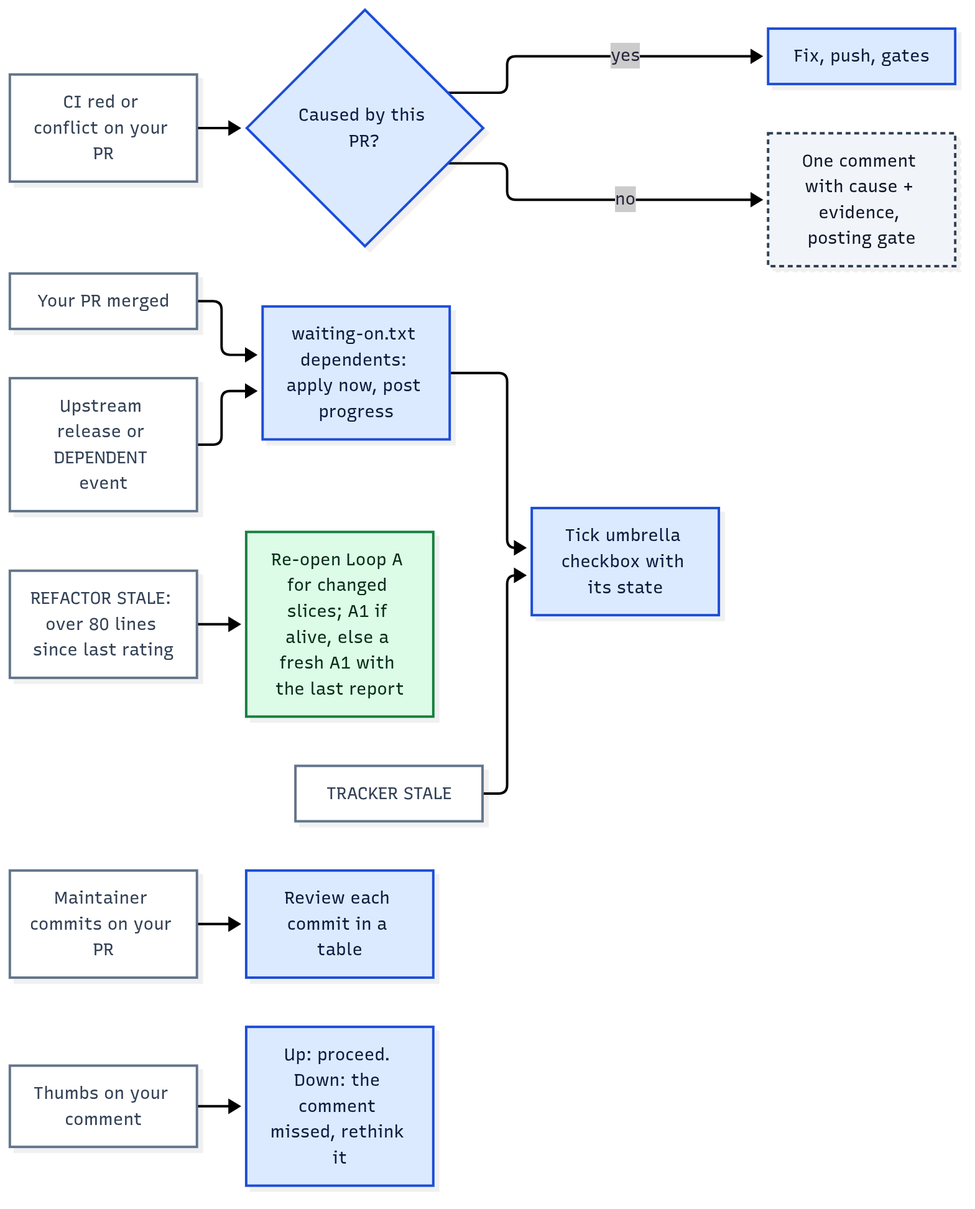
Earlier version of the Mermaid export docs/graphs/5-events.png (nitedani/mergeworthy). Its source is kept beside it as docs/graphs/5-events.mmd. The source it was exported from:
```mermaid
flowchart LR
  CI[CI red or conflict on your PR]:::ext --> W{Caused by this PR?}:::main
  W -->|yes| FIX[Fix, push, gates]:::main
  W -->|no| NOTE[One comment with cause + evidence, posting gate]:::gate
  MG[Your PR merged]:::ext --> DEP[waiting-on.txt dependents: apply now, post progress]:::main --> TR[Tick umbrella checkbox with its state]:::main
  REL[Upstream release or DEPENDENT event]:::ext --> DEP
  RS[REFACTOR STALE: over 80 lines since last rating]:::ext --> RR[Re-open Loop A for changed slices; A1 if alive, else a fresh A1 with the last report]:::reader
  TS[TRACKER STALE]:::ext --> TR
  MC[Maintainer commits on your PR]:::ext --> TBL[Review each commit in a table]:::main
  TH[Thumbs on your comment]:::ext --> ACK[Up: proceed. Down: the comment missed, rethink it]:::main
  classDef main fill:#dbeafe,stroke:#1d4ed8,color:#0b1b3f
  classDef reader fill:#dcfce7,stroke:#15803d,color:#052e16
  classDef fresh fill:#fef3c7,stroke:#b45309,color:#3b1d02
  classDef diverge fill:#f3e8ff,stroke:#7e22ce,color:#2e1065
  classDef local fill:#ffe4e6,stroke:#be123c,color:#4c0519
  classDef gate fill:#f1f5f9,stroke:#334155,color:#0f172a,stroke-dasharray:4 3
  classDef ext fill:#ffffff,stroke:#64748b,color:#334155
```
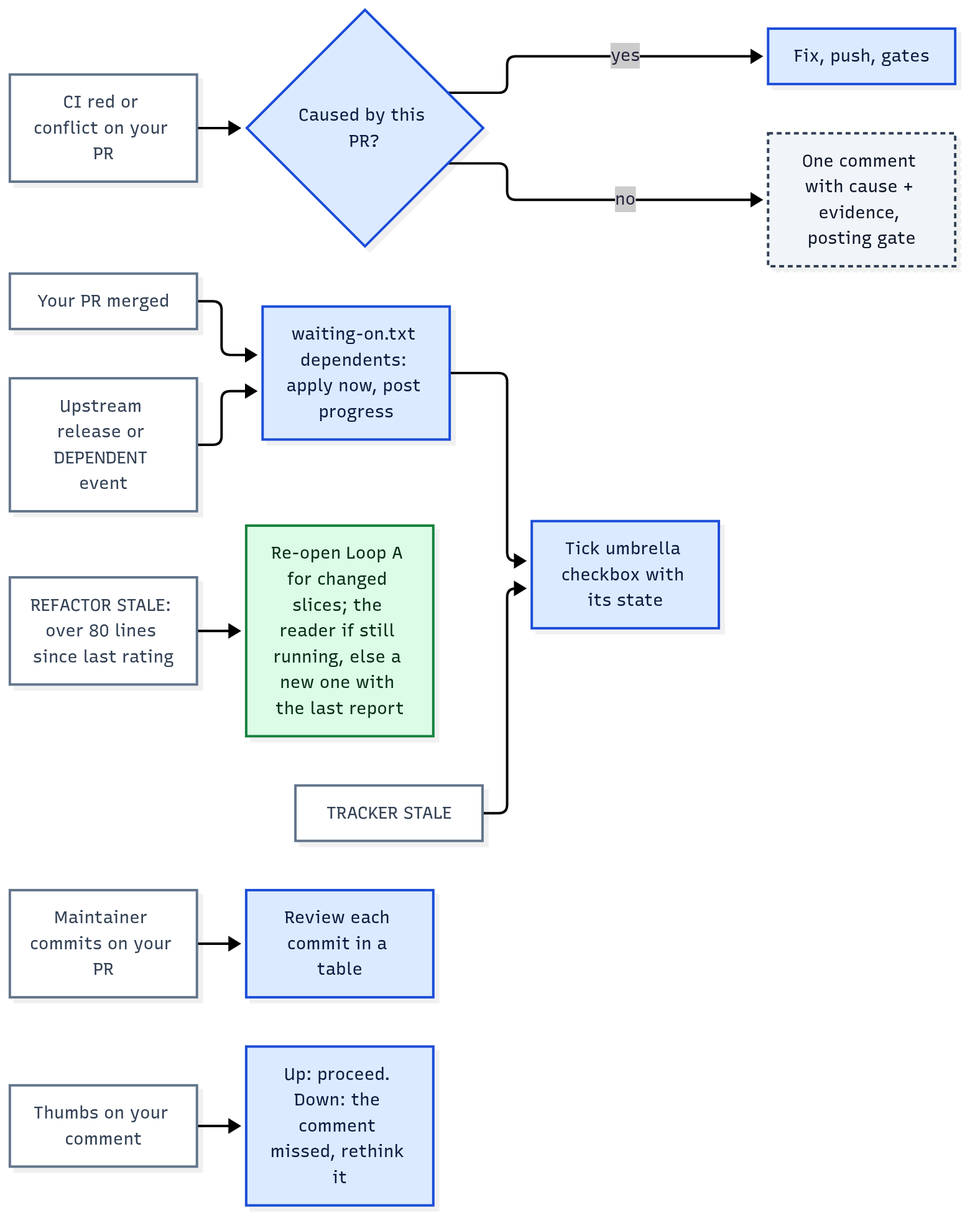
After the commit.

The edit, as a diff of the source:
```diff
@@ -4,7 +4,7 @@
   W -->|no| NOTE[One comment with cause + evidence, posting gate]:::gate
   MG[Your PR merged]:::ext --> DEP[waiting-on.txt dependents: apply now, post progress]:::main --> TR[Tick umbrella checkbox with its state]:::main
   REL[Upstream release or DEPENDENT event]:::ext --> DEP
-  RS[REFACTOR STALE: over 80 lines since last rating]:::ext --> RR[Re-open Loop A for changed slices; A1 if alive, else a fresh A1 with the last report]:::reader
+  RS[REFACTOR STALE: over 80 lines since last rating]:::ext --> RR[Re-open Loop A for changed slices; the reader if still running, else a new one with the last report]:::reader
   TS[TRACKER STALE]:::ext --> TR
   MC[Maintainer commits on your PR]:::ext --> TBL[Review each commit in a table]:::main
   TH[Thumbs on your comment]:::ext --> ACK[Up: proceed. Down: the comment missed, rethink it]:::main
```
